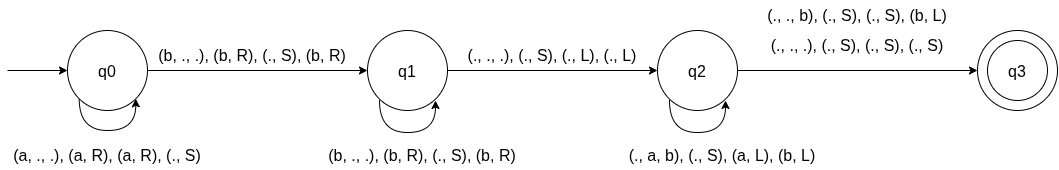
Above: turing-machine/doc/MT01.png in AdrianPerezPoleo/complejidad-computacional (draw.io), before the change. Source tidied: cells renumbered, new cells last; positions are measured from the earlier drawing's top-left corner, leaving out a move shared by most shapes.
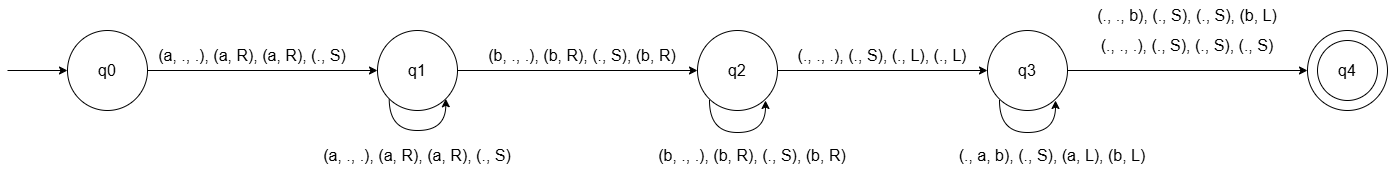
After the change.

Diff of the diagram source:
```diff
@@ -2,31 +2,33 @@
   <root>
     <mxCell id="0" />
     <mxCell id="1" parent="0" />
-    <mxCell id="2" style="edgeStyle=orthogonalEdgeStyle;rounded=0;jettySize=auto;html=1;exitX=1;exitY=0.5;exitDx=0;exitDy=0;" parent="1" edge="1" source="3" target="5">
-      <mxGeometry relative="1" as="geometry" />
-    </mxCell>
+    <mxCell id="21" style="edgeStyle=orthogonalEdgeStyle;rounded=0;jettySize=auto;html=1;exitX=1;exitY=0.5;exitDx=0;exitDy=0;entryX=0;entryY=0.5;entryDx=0;entryDy=0;defaultLabelBackgroundColor=page;" parent="1" edge="1" source="3" target="23">
+      <mxGeometry relative="1" as="geometry" />
+    </mxCell>
     <mxCell id="3" value="&lt;font style=&quot;font-size: 16px;&quot;&gt;q0&lt;/font&gt;" style="ellipse;whiteSpace=wrap;html=1;shapeInside=1;" parent="1" vertex="1">
-      <mxGeometry x="60" y="30" width="80" height="80" as="geometry" />
+      <mxGeometry x="-270" y="30" width="80" height="80" as="geometry" />
     </mxCell>
     <mxCell id="4" style="edgeStyle=orthogonalEdgeStyle;rounded=0;jettySize=auto;html=1;exitX=1;exitY=0.5;exitDx=0;exitDy=0;entryX=0;entryY=0.5;entryDx=0;entryDy=0;" parent="1" edge="1" source="5" target="6">
       <mxGeometry relative="1" as="geometry" />
     </mxCell>
-    <mxCell id="5" value="&lt;font style=&quot;font-size: 16px;&quot;&gt;q1&lt;/font&gt;" style="ellipse;whiteSpace=wrap;html=1;shapeInside=1;" parent="1" vertex="1">
+    <mxCell id="5" value="&lt;font style=&quot;font-size: 16px;&quot;&gt;q2&lt;/font&gt;" style="ellipse;whiteSpace=wrap;html=1;shapeInside=1;" parent="1" vertex="1">
       <mxGeometry x="360" y="30" width="80" height="80" as="geometry" />
     </mxCell>
-    <mxCell id="6" value="&lt;font style=&quot;font-size: 16px;&quot;&gt;q2&lt;/font&gt;" style="ellipse;whiteSpace=wrap;html=1;shapeInside=1;" parent="1" vertex="1">
+    <mxCell id="6" value="&lt;font style=&quot;font-size: 16px;&quot;&gt;q3&lt;/font&gt;" style="ellipse;whiteSpace=wrap;html=1;shapeInside=1;" parent="1" vertex="1">
       <mxGeometry x="650" y="30" width="80" height="80" as="geometry" />
     </mxCell>
     <mxCell id="7" style="endArrow=classic;html=1;rounded=0;entryX=0;entryY=0.5;entryDx=0;entryDy=0;" parent="1" edge="1" target="3">
       <mxGeometry relative="1" as="geometry">
-        <mxPoint y="70" as="sourcePoint" />
+        <mxPoint x="-330" y="70" as="sourcePoint" />
       </mxGeometry>
     </mxCell>
-    <mxCell id="8" style="edgeStyle=orthogonalEdgeStyle;rounded=0;orthogonalLoop=1;jettySize=auto;html=1;exitX=0;exitY=1;exitDx=0;exitDy=0;entryX=1;entryY=1;entryDx=0;entryDy=0;curved=1;curveGeometry=1;innerLoopWaypoints=1;" parent="1" edge="1" source="3" target="3">
+    <mxCell id="8" style="edgeStyle=orthogonalEdgeStyle;rounded=0;orthogonalLoop=1;jettySize=auto;html=1;exitX=0;exitY=1;exitDx=0;exitDy=0;entryX=1;entryY=1;entryDx=0;entryDy=0;curved=1;curveGeometry=1;innerLoopWaypoints=1;" parent="1" edge="1">
       <mxGeometry relative="1" as="geometry">
+        <mxPoint x="51.7" y="98.3" as="sourcePoint" />
+        <mxPoint x="108.3" y="98.3" as="targetPoint" />
         <Array as="points">
-          <mxPoint x="71.7" y="130" />
-          <mxPoint x="128.3" y="130" />
+          <mxPoint x="51.7" y="130" />
+          <mxPoint x="108.3" y="130" />
         </Array>
       </mxGeometry>
     </mxCell>
@@ -69,16 +71,25 @@
       <mxGeometry x="450" y="40" width="190" height="30" as="geometry" />
     </mxCell>
     <mxCell id="17" value="&lt;font style=&quot;font-size: 16px;&quot;&gt;(a, ., .), (a, R), (a, R), (., S)&lt;/font&gt;" style="text;html=1;whiteSpace=wrap;strokeColor=none;fillColor=none;align=center;verticalAlign=middle;rounded=0;" parent="1" vertex="1">
-      <mxGeometry x="5" y="140" width="190" height="30" as="geometry" />
+      <mxGeometry x="-15" y="140" width="190" height="30" as="geometry" />
     </mxCell>
     <mxCell id="18" value="&lt;font style=&quot;font-size: 16px;&quot;&gt;(b, ., .), (b, R), (., S), (b, R)&lt;/font&gt;" style="text;html=1;whiteSpace=wrap;strokeColor=none;fillColor=none;align=center;verticalAlign=middle;rounded=0;" parent="1" vertex="1">
       <mxGeometry x="150" y="40" width="190" height="30" as="geometry" />
     </mxCell>
-    <mxCell id="19" value="&lt;font style=&quot;font-size: 16px;&quot;&gt;q3&lt;/font&gt;" style="ellipse;whiteSpace=wrap;html=1;shapeInside=1;" parent="1" vertex="1">
+    <mxCell id="19" value="&lt;font style=&quot;font-size: 16px;&quot;&gt;q4&lt;/font&gt;" style="ellipse;whiteSpace=wrap;html=1;shapeInside=1;" parent="1" vertex="1">
       <mxGeometry x="970" y="30" width="80" height="80" as="geometry" />
     </mxCell>
     <mxCell id="20" style="ellipse;whiteSpace=wrap;html=1;shapeInside=1;fillColor=none;" parent="1" vertex="1">
       <mxGeometry x="980" y="40" width="60" height="60" as="geometry" />
     </mxCell>
+    <mxCell id="22" style="edgeStyle=orthogonalEdgeStyle;rounded=0;jettySize=auto;html=1;exitX=1;exitY=0.5;exitDx=0;exitDy=0;defaultLabelBackgroundColor=page;" parent="1" edge="1" source="23" target="5">
+      <mxGeometry relative="1" as="geometry" />
+    </mxCell>
+    <mxCell id="23" value="&lt;font style=&quot;font-size: 16px;&quot;&gt;q1&lt;/font&gt;" style="ellipse;whiteSpace=wrap;html=1;shapeInside=1;" parent="1" vertex="1">
+      <mxGeometry x="40" y="30" width="80" height="80" as="geometry" />
+    </mxCell>
+    <mxCell id="24" value="&lt;font style=&quot;font-size: 16px;&quot;&gt;(a, ., .), (a, R), (a, R), (., S)&lt;/font&gt;" style="text;html=1;whiteSpace=wrap;strokeColor=none;fillColor=none;align=center;verticalAlign=middle;rounded=0;" parent="1" vertex="1">
+      <mxGeometry x="-180" y="40" width="190" height="30" as="geometry" />
+    </mxCell>
   </root>
 </mxGraphModel>
```
